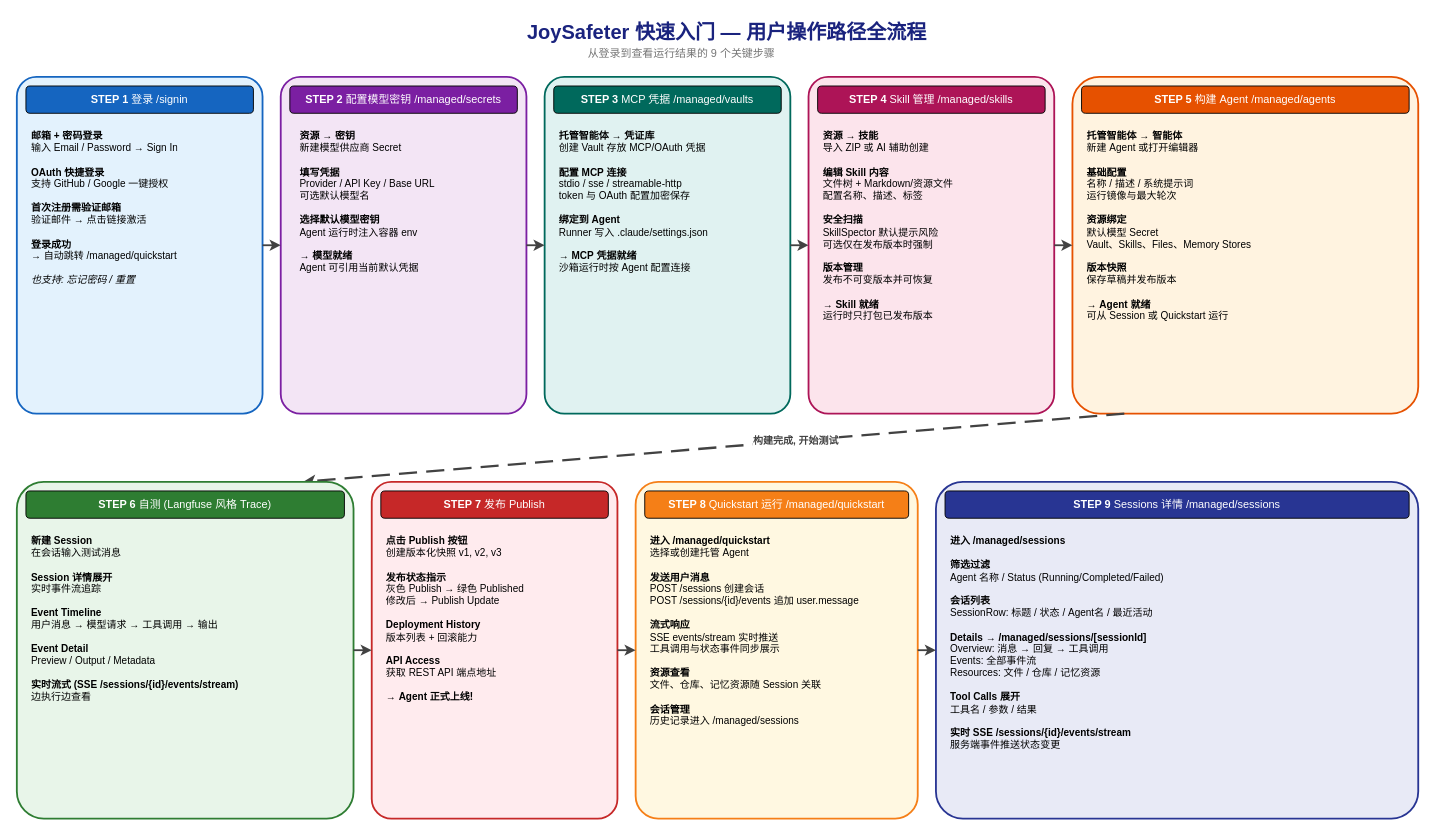
Above: docs/user-journey-quickstart.drawio in jd-opensource/JoySafeter (draw.io), before the change. Source tidied: cells renumbered, new cells numbered last; positions are measured from the earlier drawing's top-left corner, leaving out a move shared by most shapes. Both pictures are drawn from the tidied source at 91%, with x=0, y=0 at pixel (16, 15).
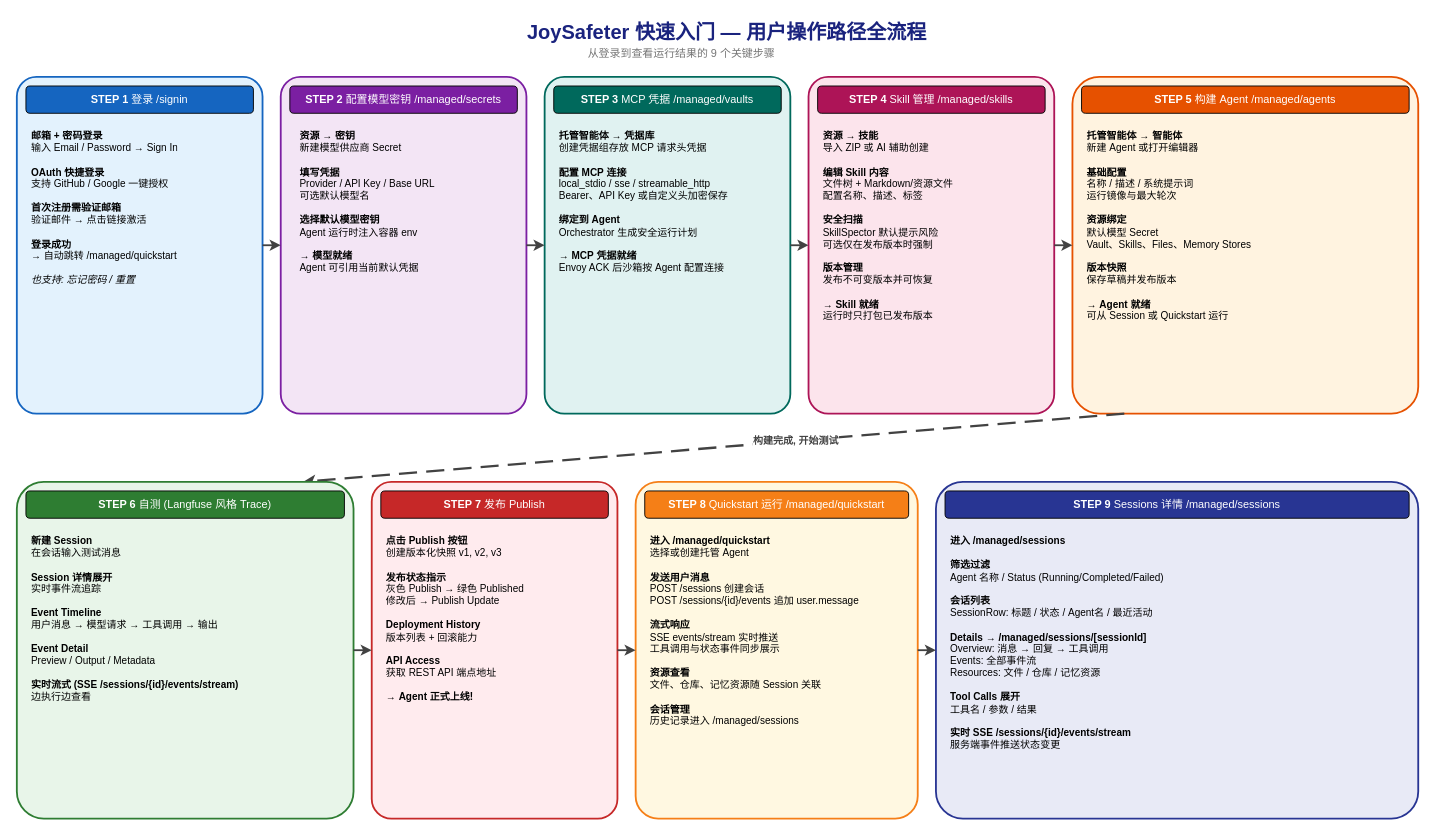
The same diagram, later.

Change to the diagram source:
```diff
@@
-    <mxCell id="12" value="&lt;b&gt;托管智能体 → 凭证库&lt;/b&gt;&lt;br/&gt;创建 Vault 存放 MCP/OAuth 凭据&lt;br/&gt;&lt;br/&gt;&lt;b&gt;配置 MCP 连接&lt;/b&gt;&lt;br/&gt;stdio / sse / streamable-http&lt;br/&gt;token 与 OAuth 配置加密保存&lt;br/&gt;&lt;br/&gt;&lt;b&gt;绑定到 Agent&lt;/b&gt;&lt;br/&gt;Runner 写入 .claude/settings.json&lt;br/&gt;&lt;br/&gt;&lt;b&gt;→ MCP 凭据就绪&lt;/b&gt;&lt;br/&gt;沙箱运行时按 Agent 配置连接" style="text;html=1;align=left;verticalAlign=top;whiteSpace=wrap;overflow=hidden;fontSize=11;spacing=6;" parent="1" vertex="1">
+    <mxCell id="12" value="&lt;b&gt;托管智能体 → 凭据库&lt;/b&gt;&lt;br/&gt;创建凭据组存放 MCP 请求头凭据&lt;br/&gt;&lt;br/&gt;&lt;b&gt;配置 MCP 连接&lt;/b&gt;&lt;br/&gt;local_stdio / sse / streamable_http&lt;br/&gt;Bearer、API Key 或自定义头加密保存&lt;br/&gt;&lt;br/&gt;&lt;b&gt;绑定到 Agent&lt;/b&gt;&lt;br/&gt;Orchestrator 生成安全运行计划&lt;br/&gt;&lt;br/&gt;&lt;b&gt;→ MCP 凭据就绪&lt;/b&gt;&lt;br/&gt;Envoy ACK 后沙箱按 Agent 配置连接" style="text;html=1;align=left;verticalAlign=top;whiteSpace=wrap;overflow=hidden;fontSize=11;spacing=6;" parent="1" vertex="1">
       <mxGeometry x="590" y="115" width="250" height="312" as="geometry" />
     </mxCell>
```
